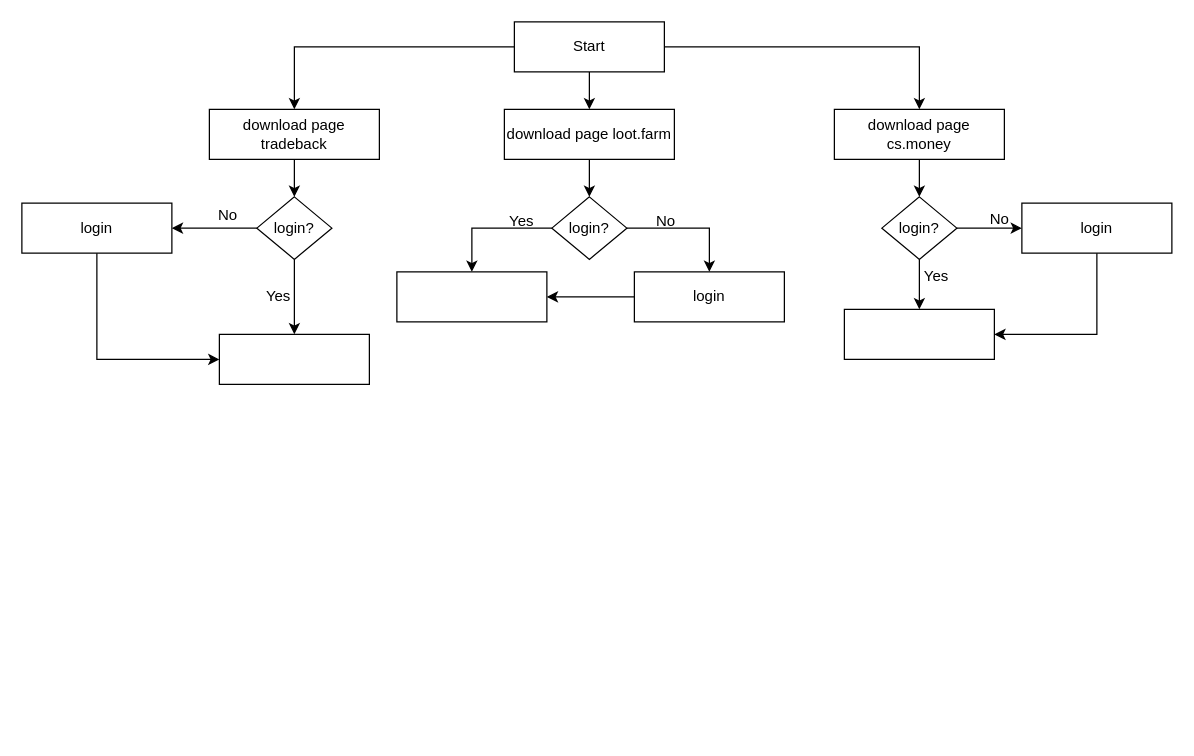
This is Diagram/Untitled Diagram.drawio from trepegorka/NotUsed, a draw.io file, before an edit. Source tidied: cells renumbered, new cells numbered last; positions are measured from the earlier drawing's top-left corner, leaving out a move shared by most shapes. Both pictures are drawn from the tidied source at 125%, with x=0, y=0 at pixel (21, 21).
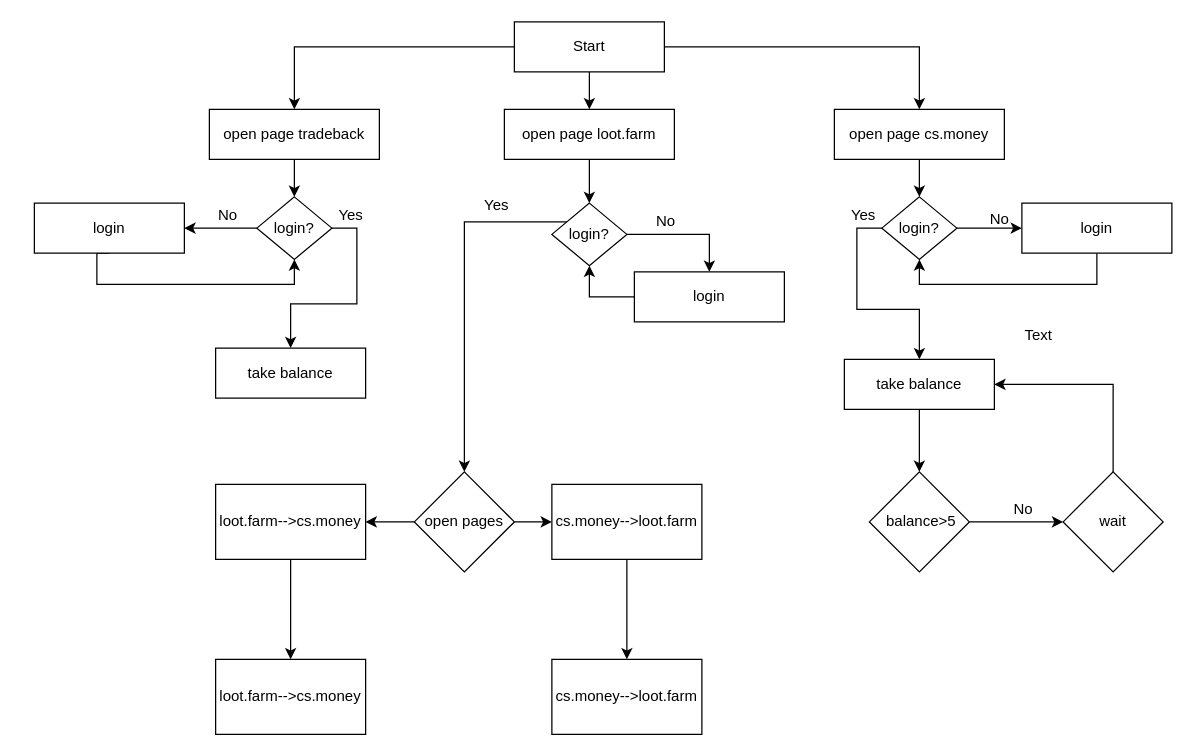
After the change.

Unchanged cells that the change refers to:
```xml
<mxCell id="14" value="login?" style="rhombus;whiteSpace=wrap;html=1;" parent="1" vertex="1">
  <mxGeometry x="188" y="140" width="60" height="50" as="geometry" />
</mxCell>
<mxCell id="20" value="login?" style="rhombus;whiteSpace=wrap;html=1;" parent="1" vertex="1">
  <mxGeometry x="688" y="140" width="60" height="50" as="geometry" />
</mxCell>
<mxCell id="23" value="login" style="rounded=0;whiteSpace=wrap;html=1;" parent="1" vertex="1">
  <mxGeometry x="490" y="200" width="120" height="40" as="geometry" />
</mxCell>
<mxCell id="28" value="login" style="rounded=0;whiteSpace=wrap;html=1;" parent="1" vertex="1">
  <mxGeometry x="800" y="145" width="120" height="40" as="geometry" />
</mxCell>
```

Diff of the diagram source:
```diff
@@
-    <mxCell id="7" value="download page tradeback&lt;br&gt;" style="rounded=0;whiteSpace=wrap;html=1;" parent="1" vertex="1">
+    <mxCell id="7" value="open page tradeback" style="rounded=0;whiteSpace=wrap;html=1;" parent="1" vertex="1">
       <mxGeometry x="150" y="70" width="136" height="40" as="geometry" />
     </mxCell>
@@
-    <mxCell id="9" value="download page loot.farm&lt;br&gt;" style="rounded=0;whiteSpace=wrap;html=1;" parent="1" vertex="1">
+    <mxCell id="9" value="open page loot.farm" style="rounded=0;whiteSpace=wrap;html=1;" parent="1" vertex="1">
       <mxGeometry x="386" y="70" width="136" height="40" as="geometry" />
     </mxCell>
@@
-    <mxCell id="11" value="download page cs.money" style="rounded=0;whiteSpace=wrap;html=1;" parent="1" vertex="1">
+    <mxCell id="11" value="open page cs.money" style="rounded=0;whiteSpace=wrap;html=1;" parent="1" vertex="1">
       <mxGeometry x="650" y="70" width="136" height="40" as="geometry" />
     </mxCell>
@@
-    <mxCell id="13" style="edgeStyle=orthogonalEdgeStyle;rounded=0;jettySize=auto;html=1;" parent="1" edge="1" source="14" target="32">
+    <mxCell id="13" style="edgeStyle=orthogonalEdgeStyle;rounded=0;jettySize=auto;html=1;exitX=1;exitY=0.5;exitDx=0;exitDy=0;" parent="1" edge="1" source="14" target="32">
       <mxGeometry relative="1" as="geometry" />
     </mxCell>
@@
-    <mxCell id="15" style="edgeStyle=orthogonalEdgeStyle;rounded=0;jettySize=auto;html=1;entryX=0.5;entryY=0;entryDx=0;entryDy=0;" parent="1" edge="1" source="17" target="24">
-      <mxGeometry relative="1" as="geometry" />
-    </mxCell>
@@
+    <mxCell id="38" style="edgeStyle=orthogonalEdgeStyle;rounded=0;jettySize=auto;html=1;entryX=0.5;entryY=0;entryDx=0;entryDy=0;" parent="1" edge="1" source="17" target="44">
+      <mxGeometry relative="1" as="geometry">
+        <Array as="points">
+          <mxPoint x="354" y="160" />
+        </Array>
+      </mxGeometry>
+    </mxCell>
     <mxCell id="17" value="login?" style="rhombus;whiteSpace=wrap;html=1;" parent="1" vertex="1">
-      <mxGeometry x="424" y="140" width="60" height="50" as="geometry" />
+      <mxGeometry x="424" y="145" width="60" height="50" as="geometry" />
     </mxCell>
@@
-    <mxCell id="19" style="edgeStyle=orthogonalEdgeStyle;rounded=0;jettySize=auto;html=1;" parent="1" edge="1" source="20" target="29">
+    <mxCell id="19" style="edgeStyle=orthogonalEdgeStyle;rounded=0;jettySize=auto;html=1;exitX=0;exitY=0.5;exitDx=0;exitDy=0;" parent="1" edge="1" source="20" target="29">
       <mxGeometry relative="1" as="geometry" />
     </mxCell>
@@
-    <mxCell id="22" style="edgeStyle=orthogonalEdgeStyle;rounded=0;jettySize=auto;html=1;entryX=1;entryY=0.5;entryDx=0;entryDy=0;" parent="1" edge="1" source="23" target="24">
+    <mxCell id="22" style="edgeStyle=orthogonalEdgeStyle;rounded=0;jettySize=auto;html=1;entryX=0.5;entryY=1;entryDx=0;entryDy=0;" parent="1" edge="1" source="23" target="17">
       <mxGeometry relative="1" as="geometry" />
     </mxCell>
@@
-    <mxCell id="24" style="rounded=0;whiteSpace=wrap;html=1;" parent="1" vertex="1">
-      <mxGeometry x="300" y="200" width="120" height="40" as="geometry" />
-    </mxCell>
     <mxCell id="25" value="Yes&lt;br&gt;" style="text;html=1;strokeColor=none;fillColor=none;align=center;verticalAlign=middle;whiteSpace=wrap;rounded=0;" parent="1" vertex="1">
-      <mxGeometry x="380" y="150" width="40" height="20" as="geometry" />
+      <mxGeometry x="360" y="137" width="40" height="20" as="geometry" />
     </mxCell>
@@
-    <mxCell id="27" style="edgeStyle=orthogonalEdgeStyle;rounded=0;jettySize=auto;html=1;exitX=0.5;exitY=1;exitDx=0;exitDy=0;entryX=1;entryY=0.5;entryDx=0;entryDy=0;" parent="1" edge="1" source="28" target="29">
+    <mxCell id="27" style="edgeStyle=orthogonalEdgeStyle;rounded=0;jettySize=auto;html=1;exitX=0.5;exitY=1;exitDx=0;exitDy=0;entryX=0.5;entryY=1;entryDx=0;entryDy=0;" parent="1" edge="1" source="28" target="20">
       <mxGeometry relative="1" as="geometry" />
     </mxCell>
@@
+    <mxCell id="39" style="edgeStyle=orthogonalEdgeStyle;rounded=0;jettySize=auto;html=1;" parent="1" edge="1" source="29" target="52">
+      <mxGeometry relative="1" as="geometry" />
+    </mxCell>
-    <mxCell id="29" style="rounded=0;whiteSpace=wrap;html=1;" parent="1" vertex="1">
-      <mxGeometry x="658" y="230" width="120" height="40" as="geometry" />
+    <mxCell id="29" value="take balance" style="rounded=0;whiteSpace=wrap;html=1;" parent="1" vertex="1">
+      <mxGeometry x="658" y="270" width="120" height="40" as="geometry" />
     </mxCell>
-    <mxCell id="30" style="edgeStyle=orthogonalEdgeStyle;rounded=0;jettySize=auto;html=1;entryX=0;entryY=0.5;entryDx=0;entryDy=0;exitX=0.5;exitY=1;exitDx=0;exitDy=0;" parent="1" edge="1" source="31" target="32">
+    <mxCell id="30" style="edgeStyle=orthogonalEdgeStyle;rounded=0;jettySize=auto;html=1;entryX=0.5;entryY=1;entryDx=0;entryDy=0;exitX=0.5;exitY=1;exitDx=0;exitDy=0;" parent="1" edge="1" source="31" target="14">
       <mxGeometry relative="1" as="geometry">
         <Array as="points">
-          <mxPoint x="60" y="270" />
+          <mxPoint x="60" y="210" />
+          <mxPoint x="218" y="210" />
         </Array>
       </mxGeometry>
     </mxCell>
     <mxCell id="31" value="login" style="rounded=0;whiteSpace=wrap;html=1;" parent="1" vertex="1">
-      <mxGeometry y="145" width="120" height="40" as="geometry" />
+      <mxGeometry x="10" y="145" width="120" height="40" as="geometry" />
     </mxCell>
-    <mxCell id="32" style="rounded=0;whiteSpace=wrap;html=1;" parent="1" vertex="1">
-      <mxGeometry x="158" y="250" width="120" height="40" as="geometry" />
+    <mxCell id="32" value="take balance" style="rounded=0;whiteSpace=wrap;html=1;" parent="1" vertex="1">
+      <mxGeometry x="155" y="261" width="120" height="40" as="geometry" />
     </mxCell>
     <mxCell id="33" value="Yes" style="text;html=1;align=center;verticalAlign=middle;" parent="1" vertex="1">
-      <mxGeometry x="190" y="210" width="30" height="20" as="geometry" />
+      <mxGeometry x="248" y="145" width="30" height="20" as="geometry" />
     </mxCell>
@@
-    <mxCell id="37" value="Yes" style="text;html=1;" parent="1" vertex="1">
-      <mxGeometry x="720" y="190" width="40" height="30" as="geometry" />
+    <mxCell id="37" style="text;html=1;" parent="1" vertex="1">
+      <mxGeometry x="778" y="230" width="55" height="31" as="geometry" />
     </mxCell>
+    <mxCell id="40" value="Text" style="text;html=1;align=center;verticalAlign=middle;" parent="37" vertex="1">
+      <mxGeometry x="15" y="11" width="40" height="20" as="geometry" />
+    </mxCell>
+    <mxCell id="41" value="Yes" style="text;html=1;align=center;verticalAlign=middle;" parent="1" vertex="1">
+      <mxGeometry x="658" y="145" width="30" height="20" as="geometry" />
+    </mxCell>
+    <mxCell id="42" style="edgeStyle=orthogonalEdgeStyle;rounded=0;jettySize=auto;html=1;entryX=0;entryY=0.5;entryDx=0;entryDy=0;" parent="1" edge="1" source="44" target="46">
+      <mxGeometry relative="1" as="geometry" />
+    </mxCell>
+    <mxCell id="43" style="edgeStyle=orthogonalEdgeStyle;rounded=0;jettySize=auto;html=1;" parent="1" edge="1" source="44" target="49">
+      <mxGeometry relative="1" as="geometry" />
+    </mxCell>
+    <mxCell id="44" value="open pages&lt;br&gt;" style="rhombus;whiteSpace=wrap;html=1;" parent="1" vertex="1">
+      <mxGeometry x="314" y="360" width="80" height="80" as="geometry" />
+    </mxCell>
+    <mxCell id="45" style="edgeStyle=orthogonalEdgeStyle;rounded=0;jettySize=auto;html=1;" parent="1" edge="1" source="46" target="47">
+      <mxGeometry relative="1" as="geometry" />
+    </mxCell>
+    <mxCell id="46" value="cs.money--&amp;gt;loot.farm" style="rounded=0;whiteSpace=wrap;html=1;" parent="1" vertex="1">
+      <mxGeometry x="424" y="370" width="120" height="60" as="geometry" />
+    </mxCell>
+    <mxCell id="47" value="cs.money--&amp;gt;loot.farm" style="rounded=0;whiteSpace=wrap;html=1;" parent="1" vertex="1">
+      <mxGeometry x="424" y="510" width="120" height="60" as="geometry" />
+    </mxCell>
+    <mxCell id="48" style="edgeStyle=orthogonalEdgeStyle;rounded=0;jettySize=auto;html=1;" parent="1" edge="1" source="49" target="50">
+      <mxGeometry relative="1" as="geometry" />
+    </mxCell>
+    <mxCell id="49" value="loot.farm--&amp;gt;cs.money" style="rounded=0;whiteSpace=wrap;html=1;" parent="1" vertex="1">
+      <mxGeometry x="155" y="370" width="120" height="60" as="geometry" />
+    </mxCell>
+    <mxCell id="50" value="loot.farm--&amp;gt;cs.money" style="rounded=0;whiteSpace=wrap;html=1;" parent="1" vertex="1">
+      <mxGeometry x="155" y="510" width="120" height="60" as="geometry" />
+    </mxCell>
+    <mxCell id="51" style="edgeStyle=orthogonalEdgeStyle;rounded=0;jettySize=auto;html=1;entryX=0;entryY=0.5;entryDx=0;entryDy=0;" parent="1" edge="1" source="52" target="54">
+      <mxGeometry relative="1" as="geometry" />
+    </mxCell>
+    <mxCell id="52" value="&amp;nbsp;balance&amp;gt;5" style="rhombus;whiteSpace=wrap;html=1;" parent="1" vertex="1">
+      <mxGeometry x="678" y="360" width="80" height="80" as="geometry" />
+    </mxCell>
+    <mxCell id="53" style="edgeStyle=orthogonalEdgeStyle;rounded=0;jettySize=auto;html=1;entryX=1;entryY=0.5;entryDx=0;entryDy=0;exitX=0.5;exitY=0;exitDx=0;exitDy=0;" parent="1" edge="1" source="54" target="29">
+      <mxGeometry relative="1" as="geometry" />
+    </mxCell>
+    <mxCell id="54" value="wait" style="rhombus;whiteSpace=wrap;html=1;" parent="1" vertex="1">
+      <mxGeometry x="833" y="360" width="80" height="80" as="geometry" />
+    </mxCell>
+    <mxCell id="55" value="No" style="text;html=1;align=center;verticalAlign=middle;" parent="1" vertex="1">
+      <mxGeometry x="786" y="380" width="30" height="20" as="geometry" />
+    </mxCell>
```
